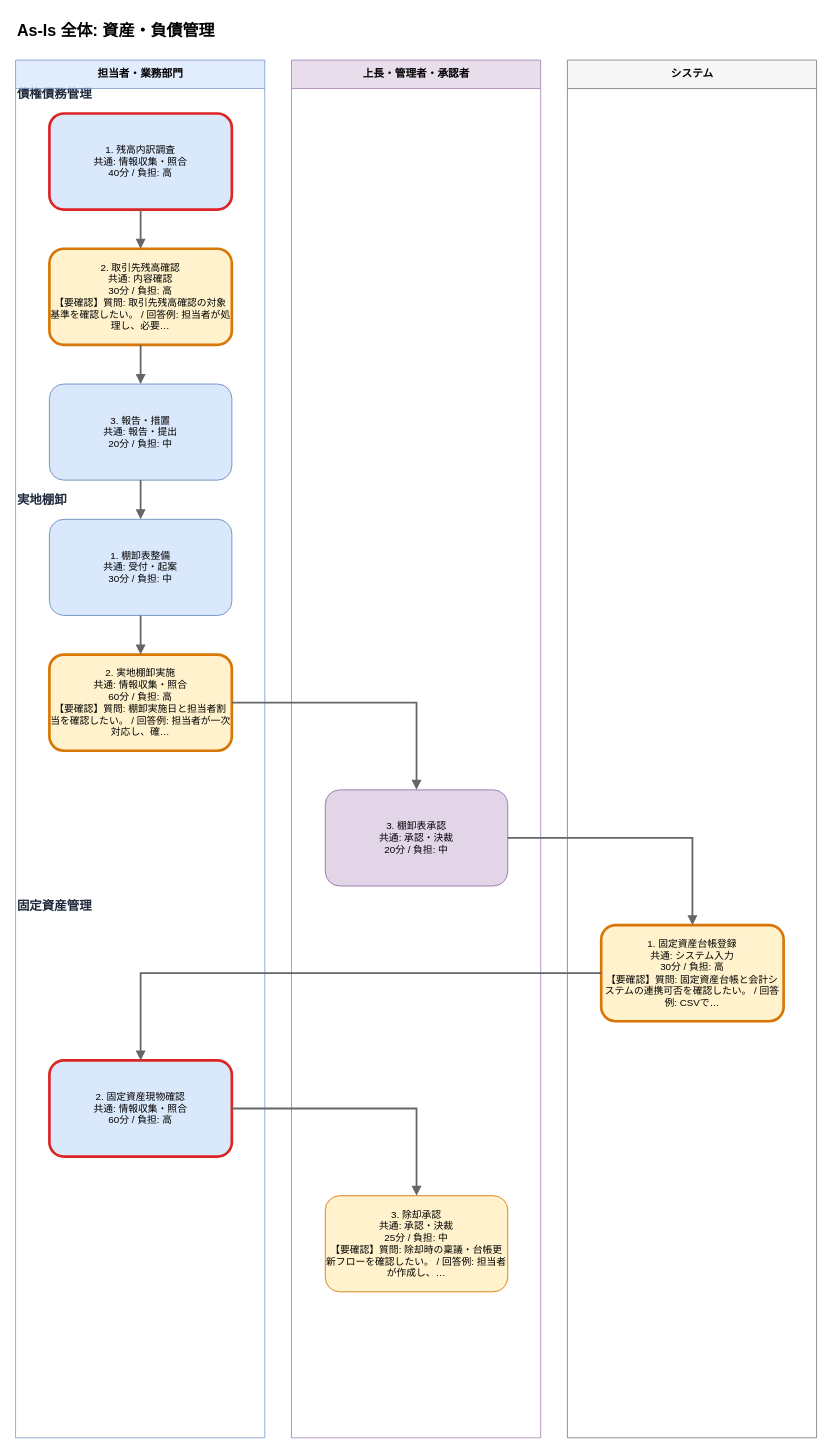
Before: output/flows/asis_資産_負債管理_20260608.drawio in Toshiki811/ai-business-analysis-heatmap, a draw.io diagram. Source tidied: cells renumbered, new cells numbered last; positions are measured from the earlier drawing's top-left corner, leaving out a move shared by most shapes. Both pictures are drawn from the tidied source at 89%, with x=0, y=0 at pixel (15, 15).
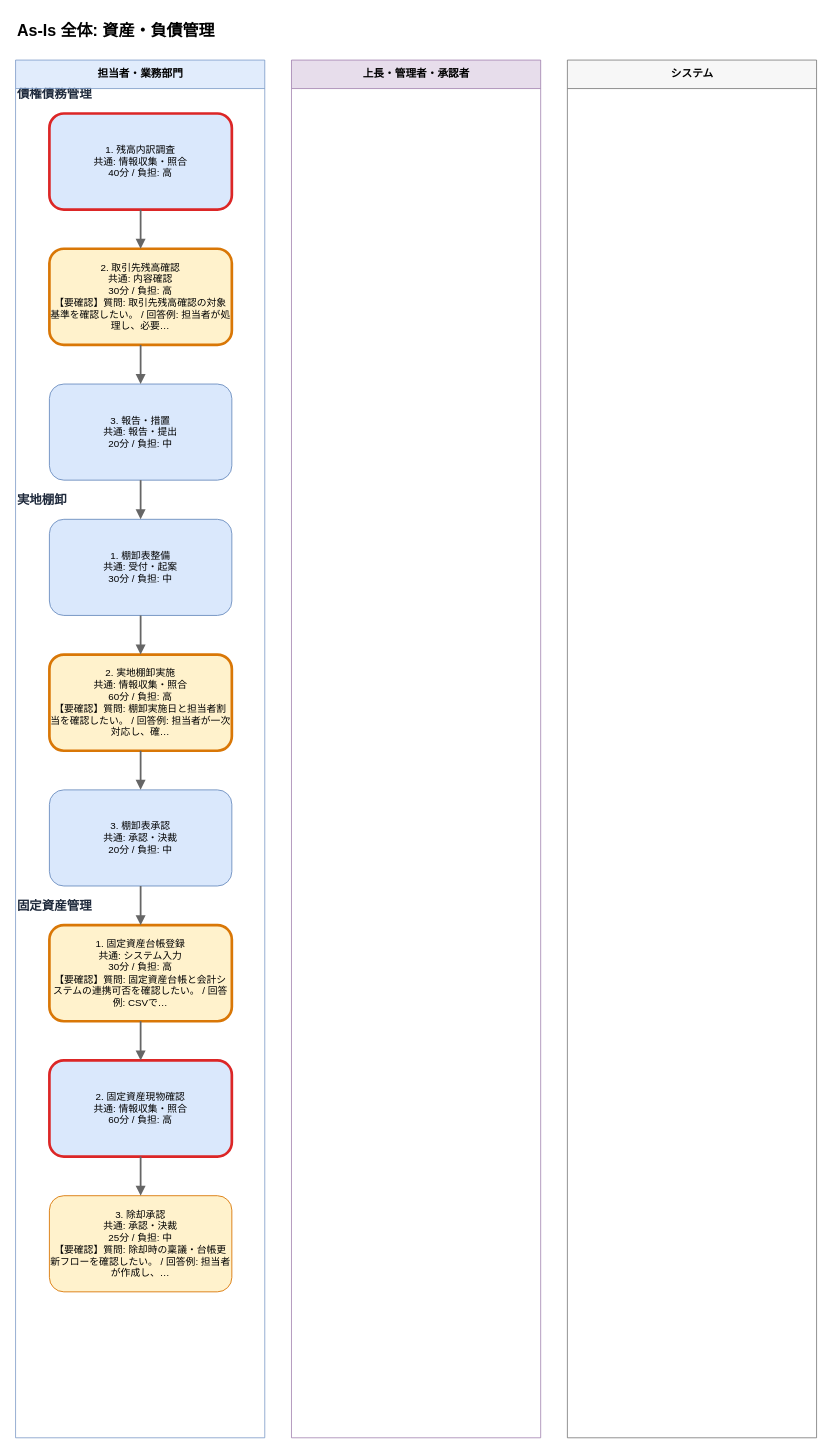
The same page after the edit.

Diff of the diagram source:
```diff
@@
-    <mxCell id="14" value="3. 棚卸表承認&#10;共通: 承認・決裁&#10;20分 / 負担: 中" style="rounded=1;whiteSpace=wrap;html=1;fillColor=#e1d5e7;strokeColor=#9673a6;strokeWidth=1;fontSize=11;fontColor=#000000;" parent="1" vertex="1">
-      <mxGeometry x="348" y="870" width="205" height="108" as="geometry" />
+    <mxCell id="14" value="3. 棚卸表承認&#10;共通: 承認・決裁&#10;20分 / 負担: 中" style="rounded=1;whiteSpace=wrap;html=1;fillColor=#dae8fc;strokeColor=#6c8ebf;strokeWidth=1;fontSize=11;fontColor=#000000;" parent="1" vertex="1">
+      <mxGeometry x="38" y="870" width="205" height="108" as="geometry" />
     </mxCell>
     <mxCell id="15" value="1. 固定資産台帳登録&#10;共通: システム入力&#10;30分 / 負担: 高&#10;【要確認】質問: 固定資産台帳と会計システムの連携可否を確認したい。 / 回答例: CSVで…" style="rounded=1;whiteSpace=wrap;html=1;fillColor=#fff2cc;strokeColor=#d97706;strokeWidth=3;fontSize=11;fontColor=#000000;" parent="1" vertex="1">
-      <mxGeometry x="658" y="1022" width="205" height="108" as="geometry" />
+      <mxGeometry x="38" y="1022" width="205" height="108" as="geometry" />
     </mxCell>
@@
     <mxCell id="17" value="3. 除却承認&#10;共通: 承認・決裁&#10;25分 / 負担: 中&#10;【要確認】質問: 除却時の稟議・台帳更新フローを確認したい。 / 回答例: 担当者が作成し、…" style="rounded=1;whiteSpace=wrap;html=1;fillColor=#fff2cc;strokeColor=#d97706;strokeWidth=1;fontSize=11;fontColor=#000000;" parent="1" vertex="1">
-      <mxGeometry x="348" y="1326" width="205" height="108" as="geometry" />
+      <mxGeometry x="38" y="1326" width="205" height="108" as="geometry" />
     </mxCell>
```
